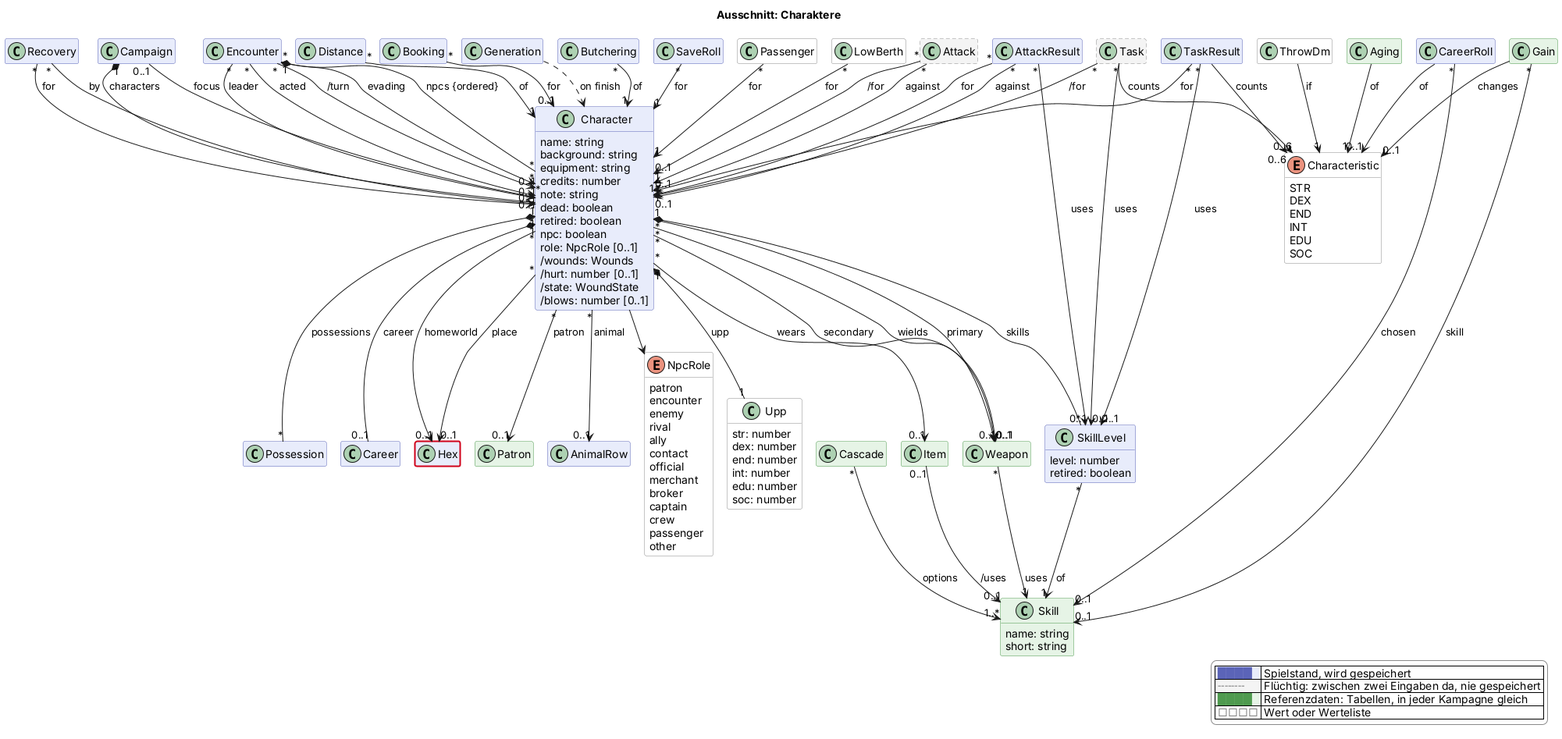
scuzzar/SRE keeps this PlantUML diagram as docs/views/charakter.png. Above is the earlier version.
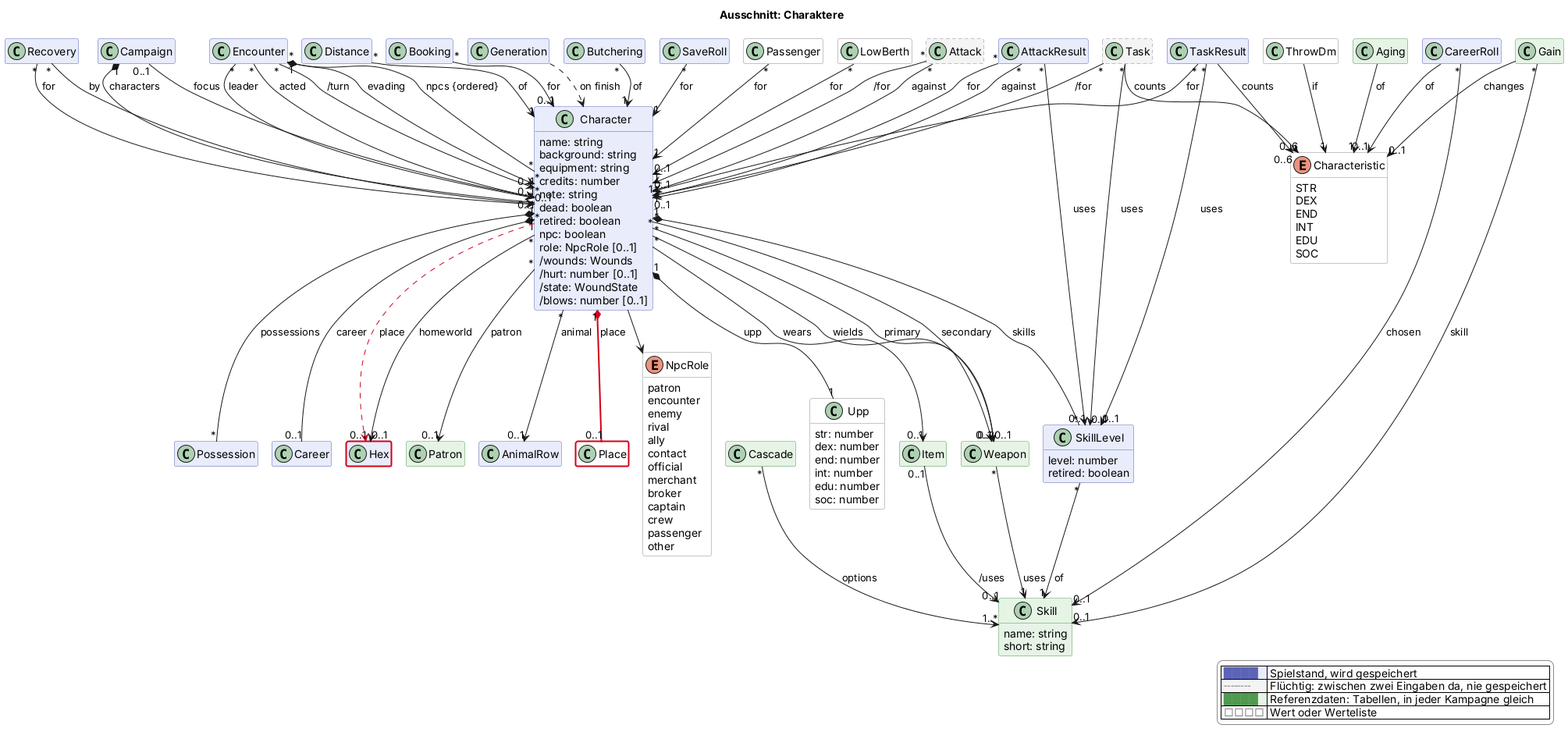
Above is the later version.

The edit, as a diff of the source:
```diff
@@ -143,6 +143,7 @@
   class Item <<reference>> $shop
   class Weapon <<reference>> $kampf
   class Cascade <<reference>> $erschaffung
+  class Place <<value>> $oberflaeche $newClass("2026-11-14h")
   class Aging <<reference>> $erschaffung
   enum Characteristic <<value>> $charakter {
     STR
@@ -163,7 +164,8 @@
 Generation ..> Character : on finish
 Character "1" *-- "0..1" Career : career
 Character "*" --> "0..1" Hex : homeworld
-Character "*" --> "0..1" Hex : place
+Character "*" -$goneArrow("2026-11-14h")-> "0..1" Hex : place
+Character "1" *-$newArrow("2026-11-14h")- "0..1" Place : place
 Character "*" --> "0..1" Patron : patron
 Character --> NpcRole
 CareerRoll --> "0..1" Characteristic : of
```
